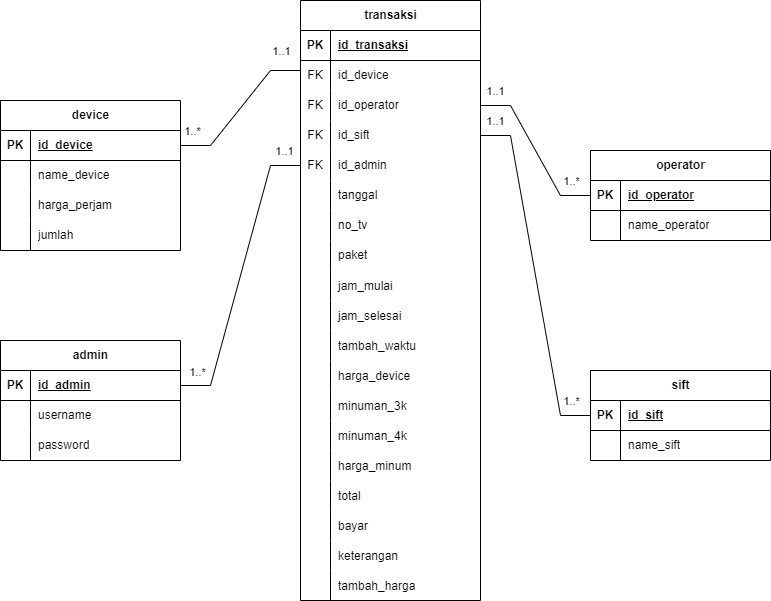
ilhanmanzis/webps_php_mvc keeps this draw.io diagram as ERD/ERD.png. Above is the earlier version. Source tidied: cells renumbered, new cells last; positions are measured from the earlier drawing's top-left corner, leaving out a move shared by most shapes.
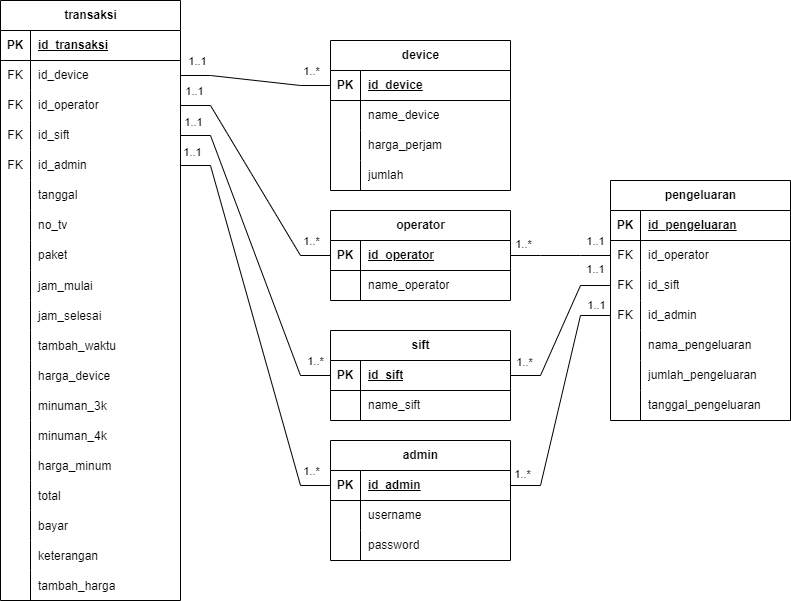
After the change.

What changed in the source:
```diff
@@ -3,7 +3,7 @@
     <mxCell id="0" />
     <mxCell id="1" parent="0" />
     <mxCell id="2" value="device" style="shape=table;startSize=30;rowLines=0;fontStyle=1;align=center;html=1;" parent="1" vertex="1">
-      <mxGeometry y="100" width="180" height="150" as="geometry" />
+      <mxGeometry x="410" width="180" height="150" as="geometry" />
     </mxCell>
     <mxCell id="3" style="shape=tableRow;horizontal=0;startSize=0;swimlaneHead=0;swimlaneBody=0;fillColor=none;points=[[0,0.5],[1,0.5]];portConstraint=eastwest;top=0;left=0;right=0;bottom=1;" parent="2" vertex="1">
       <mxGeometry y="30" width="180" height="30" as="geometry" />
@@ -42,7 +42,7 @@
       <mxGeometry x="30" width="150" height="30" as="geometry" />
     </mxCell>
     <mxCell id="15" value="operator" style="shape=table;startSize=30;rowLines=0;fontStyle=1;align=center;html=1;" parent="1" vertex="1">
-      <mxGeometry x="590" y="150" width="180" height="90" as="geometry" />
+      <mxGeometry x="410" y="170" width="180" height="90" as="geometry" />
     </mxCell>
     <mxCell id="16" style="shape=tableRow;horizontal=0;startSize=0;swimlaneHead=0;swimlaneBody=0;fillColor=none;points=[[0,0.5],[1,0.5]];portConstraint=eastwest;top=0;left=0;right=0;bottom=1;" parent="15" vertex="1">
       <mxGeometry y="30" width="180" height="30" as="geometry" />
@@ -63,7 +63,7 @@
       <mxGeometry x="30" width="150" height="30" as="geometry" />
     </mxCell>
     <mxCell id="22" value="sift" style="shape=table;startSize=30;rowLines=0;fontStyle=1;align=center;html=1;" parent="1" vertex="1">
-      <mxGeometry x="590" y="370" width="180" height="90" as="geometry" />
+      <mxGeometry x="410" y="290" width="180" height="90" as="geometry" />
     </mxCell>
     <mxCell id="23" style="shape=tableRow;horizontal=0;startSize=0;swimlaneHead=0;swimlaneBody=0;fillColor=none;points=[[0,0.5],[1,0.5]];portConstraint=eastwest;top=0;left=0;right=0;bottom=1;" parent="22" vertex="1">
       <mxGeometry y="30" width="180" height="30" as="geometry" />
@@ -84,7 +84,7 @@
       <mxGeometry x="30" width="150" height="30" as="geometry" />
     </mxCell>
     <mxCell id="29" value="transaksi" style="shape=table;startSize=30;rowLines=0;fontStyle=1;align=center;html=1;" parent="1" vertex="1">
-      <mxGeometry x="300" width="180" height="600" as="geometry" />
+      <mxGeometry x="80" y="-40" width="180" height="600" as="geometry" />
     </mxCell>
     <mxCell id="30" style="shape=tableRow;horizontal=0;startSize=0;swimlaneHead=0;swimlaneBody=0;fillColor=none;top=0;left=0;right=0;bottom=1;" parent="29" vertex="1">
       <mxGeometry y="30" width="180" height="30" as="geometry" />
@@ -263,44 +263,42 @@
     <mxCell id="88" style="shape=partialRectangle;fillColor=none;top=0;left=0;bottom=0;right=0;overflow=hidden;" parent="87" vertex="1">
       <mxGeometry width="30" height="30" as="geometry" />
     </mxCell>
-    <mxCell id="89" style="edgeStyle=entityRelationEdgeStyle;fontSize=12;html=1;endArrow=none;startArrow=none;rounded=0;exitX=1;exitY=0.5;exitDx=0;exitDy=0;endFill=0;startFill=0;" parent="1" edge="1" source="3">
-      <mxGeometry relative="1" as="geometry">
-        <mxPoint x="300" y="70" as="targetPoint" />
-      </mxGeometry>
+    <mxCell id="89" style="edgeStyle=entityRelationEdgeStyle;fontSize=12;html=1;endArrow=none;startArrow=none;rounded=0;endFill=0;startFill=0;entryX=1;entryY=0.5;entryDx=0;entryDy=0;exitX=0;exitY=0.5;exitDx=0;exitDy=0;" parent="1" edge="1" source="3" target="33">
+      <mxGeometry relative="1" as="geometry" />
     </mxCell>
     <mxCell id="90" value="1..*" style="edgeLabel;html=1;align=center;verticalAlign=middle;" parent="89" vertex="1">
       <mxGeometry x="-0.85" y="3" relative="1" as="geometry">
-        <mxPoint x="-1" y="-12" as="offset" />
+        <mxPoint x="-8" y="-18" as="offset" />
       </mxGeometry>
     </mxCell>
     <mxCell id="91" value="1..1" style="edgeLabel;html=1;align=center;verticalAlign=middle;" parent="89" vertex="1">
       <mxGeometry x="-0.85" y="3" relative="1" as="geometry">
-        <mxPoint x="88" y="-92" as="offset" />
+        <mxPoint x="-122" y="-28" as="offset" />
       </mxGeometry>
     </mxCell>
     <mxCell id="92" value="1..*" style="edgeLabel;html=1;align=center;verticalAlign=middle;" parent="89" vertex="1">
       <mxGeometry x="-0.85" y="3" relative="1" as="geometry">
-        <mxPoint x="378" y="38" as="offset" />
+        <mxPoint x="-8" y="152" as="offset" />
       </mxGeometry>
     </mxCell>
     <mxCell id="93" value="1..1" style="edgeLabel;html=1;align=center;verticalAlign=middle;" parent="89" vertex="1">
       <mxGeometry x="-0.85" y="3" relative="1" as="geometry">
-        <mxPoint x="302" y="-22" as="offset" />
+        <mxPoint x="-126" y="33" as="offset" />
       </mxGeometry>
     </mxCell>
     <mxCell id="94" value="1..1" style="edgeLabel;html=1;align=center;verticalAlign=middle;" parent="89" vertex="1">
       <mxGeometry x="-0.85" y="3" relative="1" as="geometry">
-        <mxPoint x="302" y="-52" as="offset" />
+        <mxPoint x="-125" y="2" as="offset" />
       </mxGeometry>
     </mxCell>
     <mxCell id="95" value="1..*" style="edgeLabel;html=1;align=center;verticalAlign=middle;" parent="89" vertex="1">
       <mxGeometry x="-0.85" y="3" relative="1" as="geometry">
-        <mxPoint x="378" y="258" as="offset" />
+        <mxPoint x="-8" y="382" as="offset" />
       </mxGeometry>
     </mxCell>
     <mxCell id="96" value="1..1" style="edgeLabel;html=1;align=center;verticalAlign=middle;" parent="89" vertex="1">
       <mxGeometry x="-0.85" y="3" relative="1" as="geometry">
-        <mxPoint x="91" y="8" as="offset" />
+        <mxPoint x="-127" y="63" as="offset" />
       </mxGeometry>
     </mxCell>
     <mxCell id="97" style="edgeStyle=entityRelationEdgeStyle;fontSize=12;html=1;endArrow=none;startArrow=none;rounded=0;entryX=1;entryY=0.5;entryDx=0;entryDy=0;exitX=0;exitY=0.5;exitDx=0;exitDy=0;startFill=0;endFill=0;" parent="1" edge="1" source="16" target="36">
@@ -320,7 +318,7 @@
       </mxGeometry>
     </mxCell>
     <mxCell id="99" value="admin" style="shape=table;startSize=30;rowLines=0;fontStyle=1;align=center;html=1;" parent="1" vertex="1">
-      <mxGeometry y="340" width="180" height="120" as="geometry" />
+      <mxGeometry x="410" y="400" width="180" height="120" as="geometry" />
     </mxCell>
     <mxCell id="100" style="shape=tableRow;horizontal=0;startSize=0;swimlaneHead=0;swimlaneBody=0;fillColor=none;points=[[0,0.5],[1,0.5]];portConstraint=eastwest;top=0;left=0;right=0;bottom=1;" parent="99" vertex="1">
       <mxGeometry y="30" width="180" height="30" as="geometry" />
@@ -349,13 +347,139 @@
     <mxCell id="108" value="password" style="shape=partialRectangle;fillColor=none;top=0;left=0;bottom=0;right=0;align=left;spacingLeft=6;overflow=hidden;whiteSpace=wrap;html=1;" parent="106" vertex="1">
       <mxGeometry x="30" width="150" height="30" as="geometry" />
     </mxCell>
-    <mxCell id="109" style="edgeStyle=entityRelationEdgeStyle;fontSize=12;html=1;endArrow=none;startArrow=none;rounded=0;exitX=1;exitY=0.5;exitDx=0;exitDy=0;endFill=0;startFill=0;entryX=0;entryY=0.5;entryDx=0;entryDy=0;" parent="1" edge="1" source="100" target="42">
-      <mxGeometry relative="1" as="geometry" />
+    <mxCell id="109" style="edgeStyle=entityRelationEdgeStyle;fontSize=12;html=1;endArrow=none;startArrow=none;rounded=0;exitX=0;exitY=0.5;exitDx=0;exitDy=0;endFill=0;startFill=0;entryX=1;entryY=0.5;entryDx=0;entryDy=0;" parent="1" edge="1" source="100" target="42">
+      <mxGeometry relative="1" as="geometry">
+        <Array as="points">
+          <mxPoint x="410" y="440" />
+        </Array>
+      </mxGeometry>
     </mxCell>
     <mxCell id="110" value="1..*" style="edgeLabel;html=1;align=center;verticalAlign=middle;" parent="109" vertex="1">
       <mxGeometry x="-0.85" y="3" relative="1" as="geometry">
-        <mxPoint x="-6" y="-11" as="offset" />
+        <mxPoint x="17" y="-125" as="offset" />
       </mxGeometry>
     </mxCell>
+    <mxCell id="111" value="pengeluaran" style="shape=table;startSize=30;rowLines=0;fontStyle=1;align=center;html=1;" parent="1" vertex="1">
+      <mxGeometry x="690" y="140" width="180" height="240" as="geometry" />
+    </mxCell>
+    <mxCell id="112" style="shape=tableRow;horizontal=0;startSize=0;swimlaneHead=0;swimlaneBody=0;fillColor=none;top=0;left=0;right=0;bottom=1;" parent="111" vertex="1">
+      <mxGeometry y="30" width="180" height="30" as="geometry" />
+    </mxCell>
+    <mxCell id="113" value="PK" style="shape=partialRectangle;fillColor=none;top=0;left=0;bottom=0;right=0;fontStyle=1;overflow=hidden;whiteSpace=wrap;html=1;" parent="112" vertex="1">
+      <mxGeometry width="30" height="30" as="geometry" />
+    </mxCell>
+    <mxCell id="114" value="id_pengeluaran" style="shape=partialRectangle;fillColor=none;top=0;left=0;bottom=0;right=0;align=left;spacingLeft=6;fontStyle=5;overflow=hidden;whiteSpace=wrap;html=1;" parent="112" vertex="1">
+      <mxGeometry x="30" width="150" height="30" as="geometry" />
+    </mxCell>
+    <mxCell id="115" style="shape=tableRow;horizontal=0;startSize=0;swimlaneHead=0;swimlaneBody=0;fillColor=none;points=[[0,0.5],[1,0.5]];portConstraint=eastwest;top=0;left=0;right=0;bottom=0;" parent="111" vertex="1">
+      <mxGeometry y="60" width="180" height="30" as="geometry" />
+    </mxCell>
+    <mxCell id="116" value="FK" style="shape=partialRectangle;fillColor=none;top=0;left=0;bottom=0;right=0;fontStyle=0;overflow=hidden;whiteSpace=wrap;html=1;" parent="115" vertex="1">
+      <mxGeometry width="30" height="30" as="geometry" />
+    </mxCell>
+    <mxCell id="117" value="id_operator" style="shape=partialRectangle;fillColor=none;top=0;left=0;bottom=0;right=0;align=left;spacingLeft=6;fontStyle=0;overflow=hidden;whiteSpace=wrap;html=1;" parent="115" vertex="1">
+      <mxGeometry x="30" width="150" height="30" as="geometry" />
+    </mxCell>
+    <mxCell id="118" style="shape=tableRow;horizontal=0;startSize=0;swimlaneHead=0;swimlaneBody=0;fillColor=none;points=[[0,0.5],[1,0.5]];portConstraint=eastwest;top=0;left=0;right=0;bottom=0;" parent="111" vertex="1">
+      <mxGeometry y="90" width="180" height="30" as="geometry" />
+    </mxCell>
+    <mxCell id="119" value="FK" style="shape=partialRectangle;fillColor=none;top=0;left=0;bottom=0;right=0;fontStyle=0;overflow=hidden;whiteSpace=wrap;html=1;" parent="118" vertex="1">
+      <mxGeometry width="30" height="30" as="geometry" />
+    </mxCell>
+    <mxCell id="120" value="id_sift" style="shape=partialRectangle;fillColor=none;top=0;left=0;bottom=0;right=0;align=left;spacingLeft=6;fontStyle=0;overflow=hidden;whiteSpace=wrap;html=1;" parent="118" vertex="1">
+      <mxGeometry x="30" width="150" height="30" as="geometry" />
+    </mxCell>
+    <mxCell id="121" style="shape=tableRow;horizontal=0;startSize=0;swimlaneHead=0;swimlaneBody=0;fillColor=none;points=[[0,0.5],[1,0.5]];portConstraint=eastwest;top=0;left=0;right=0;bottom=0;" parent="111" vertex="1">
+      <mxGeometry y="120" width="180" height="30" as="geometry" />
+    </mxCell>
+    <mxCell id="122" value="FK" style="shape=partialRectangle;fillColor=none;top=0;left=0;bottom=0;right=0;fontStyle=0;overflow=hidden;whiteSpace=wrap;html=1;" parent="121" vertex="1">
+      <mxGeometry width="30" height="30" as="geometry" />
+    </mxCell>
+    <mxCell id="123" value="id_admin" style="shape=partialRectangle;fillColor=none;top=0;left=0;bottom=0;right=0;align=left;spacingLeft=6;fontStyle=0;overflow=hidden;whiteSpace=wrap;html=1;" parent="121" vertex="1">
+      <mxGeometry x="30" width="150" height="30" as="geometry" />
+    </mxCell>
+    <mxCell id="124" style="shape=tableRow;horizontal=0;startSize=0;swimlaneHead=0;swimlaneBody=0;fillColor=none;top=0;left=0;right=0;bottom=0;" parent="111" vertex="1">
+      <mxGeometry y="150" width="180" height="30" as="geometry" />
+    </mxCell>
+    <mxCell id="125" style="shape=partialRectangle;fillColor=none;top=0;left=0;bottom=0;right=0;overflow=hidden;whiteSpace=wrap;html=1;" parent="124" vertex="1">
+      <mxGeometry width="30" height="30" as="geometry" />
+    </mxCell>
+    <mxCell id="126" value="nama_pengeluaran" style="shape=partialRectangle;fillColor=none;top=0;left=0;bottom=0;right=0;align=left;spacingLeft=6;overflow=hidden;whiteSpace=wrap;html=1;" parent="124" vertex="1">
+      <mxGeometry x="30" width="150" height="30" as="geometry" />
+    </mxCell>
+    <mxCell id="127" style="shape=tableRow;horizontal=0;startSize=0;swimlaneHead=0;swimlaneBody=0;fillColor=none;top=0;left=0;right=0;bottom=0;" parent="111" vertex="1">
+      <mxGeometry y="180" width="180" height="30" as="geometry" />
+    </mxCell>
+    <mxCell id="128" style="shape=partialRectangle;fillColor=none;top=0;left=0;bottom=0;right=0;overflow=hidden;whiteSpace=wrap;html=1;" parent="127" vertex="1">
+      <mxGeometry width="30" height="30" as="geometry" />
+    </mxCell>
+    <mxCell id="129" value="jumlah_pengeluaran" style="shape=partialRectangle;fillColor=none;top=0;left=0;bottom=0;right=0;align=left;spacingLeft=6;overflow=hidden;whiteSpace=wrap;html=1;" parent="127" vertex="1">
+      <mxGeometry x="30" width="150" height="30" as="geometry" />
+    </mxCell>
+    <mxCell id="130" style="shape=tableRow;horizontal=0;startSize=0;swimlaneHead=0;swimlaneBody=0;fillColor=none;top=0;left=0;right=0;bottom=0;" parent="111" vertex="1">
+      <mxGeometry y="210" width="180" height="30" as="geometry" />
+    </mxCell>
+    <mxCell id="131" style="shape=partialRectangle;fillColor=none;top=0;left=0;bottom=0;right=0;overflow=hidden;whiteSpace=wrap;html=1;" parent="130" vertex="1">
+      <mxGeometry width="30" height="30" as="geometry" />
+    </mxCell>
+    <mxCell id="132" value="tanggal_pengeluaran" style="shape=partialRectangle;fillColor=none;top=0;left=0;bottom=0;right=0;align=left;spacingLeft=6;overflow=hidden;whiteSpace=wrap;html=1;" parent="130" vertex="1">
+      <mxGeometry x="30" width="150" height="30" as="geometry" />
+    </mxCell>
+    <mxCell id="133" style="edgeStyle=entityRelationEdgeStyle;fontSize=12;html=1;endArrow=none;startArrow=none;rounded=0;entryX=1;entryY=0.5;entryDx=0;entryDy=0;exitX=0;exitY=0.5;exitDx=0;exitDy=0;startFill=0;endFill=0;" parent="1" edge="1" source="121" target="100">
+      <mxGeometry relative="1" as="geometry">
+        <Array as="points">
+          <mxPoint x="570" y="130" />
+          <mxPoint x="560" y="170" />
+        </Array>
+      </mxGeometry>
+    </mxCell>
+    <mxCell id="134" style="edgeStyle=entityRelationEdgeStyle;fontSize=12;html=1;endArrow=none;startArrow=none;rounded=0;exitX=0;exitY=0.5;exitDx=0;exitDy=0;startFill=0;endFill=0;entryX=1;entryY=0.5;entryDx=0;entryDy=0;" parent="1" edge="1" source="115" target="16">
+      <mxGeometry relative="1" as="geometry">
+        <Array as="points">
+          <mxPoint x="580" y="140" />
+          <mxPoint x="570" y="180" />
+        </Array>
+      </mxGeometry>
+    </mxCell>
+    <mxCell id="135" style="edgeStyle=entityRelationEdgeStyle;fontSize=12;html=1;endArrow=none;startArrow=none;rounded=0;entryX=1;entryY=0.5;entryDx=0;entryDy=0;exitX=0;exitY=0.5;exitDx=0;exitDy=0;startFill=0;endFill=0;" parent="1" edge="1" source="118" target="23">
+      <mxGeometry relative="1" as="geometry">
+        <Array as="points">
+          <mxPoint x="590" y="150" />
+          <mxPoint x="610" y="290" />
+          <mxPoint x="610" y="290" />
+          <mxPoint x="580" y="190" />
+        </Array>
+      </mxGeometry>
+    </mxCell>
+    <mxCell id="136" value="1..1" style="edgeLabel;html=1;align=center;verticalAlign=middle;" parent="1" vertex="1">
+      <mxGeometry x="286" y="32" as="geometry">
+        <mxPoint x="388" y="168" as="offset" />
+      </mxGeometry>
+    </mxCell>
+    <mxCell id="137" value="1..1" style="edgeLabel;html=1;align=center;verticalAlign=middle;" parent="1" vertex="1">
+      <mxGeometry x="286" y="60" as="geometry">
+        <mxPoint x="388" y="168" as="offset" />
+      </mxGeometry>
+    </mxCell>
+    <mxCell id="138" value="1..1" style="edgeLabel;html=1;align=center;verticalAlign=middle;" parent="1" vertex="1">
+      <mxGeometry x="287" y="96" as="geometry">
+        <mxPoint x="388" y="168" as="offset" />
+      </mxGeometry>
+    </mxCell>
+    <mxCell id="139" value="1..*" style="edgeLabel;html=1;align=center;verticalAlign=middle;" parent="1" vertex="1">
+      <mxGeometry x="530" y="126" as="geometry">
+        <mxPoint x="72" y="77" as="offset" />
+      </mxGeometry>
+    </mxCell>
+    <mxCell id="140" value="1..*" style="edgeLabel;html=1;align=center;verticalAlign=middle;" parent="1" vertex="1">
+      <mxGeometry x="531" y="244" as="geometry">
+        <mxPoint x="72" y="77" as="offset" />
+      </mxGeometry>
+    </mxCell>
+    <mxCell id="141" value="1..*" style="edgeLabel;html=1;align=center;verticalAlign=middle;" parent="1" vertex="1">
+      <mxGeometry x="529" y="356" as="geometry">
+        <mxPoint x="72" y="77" as="offset" />
+      </mxGeometry>
+    </mxCell>
   </root>
 </mxGraphModel>
```
